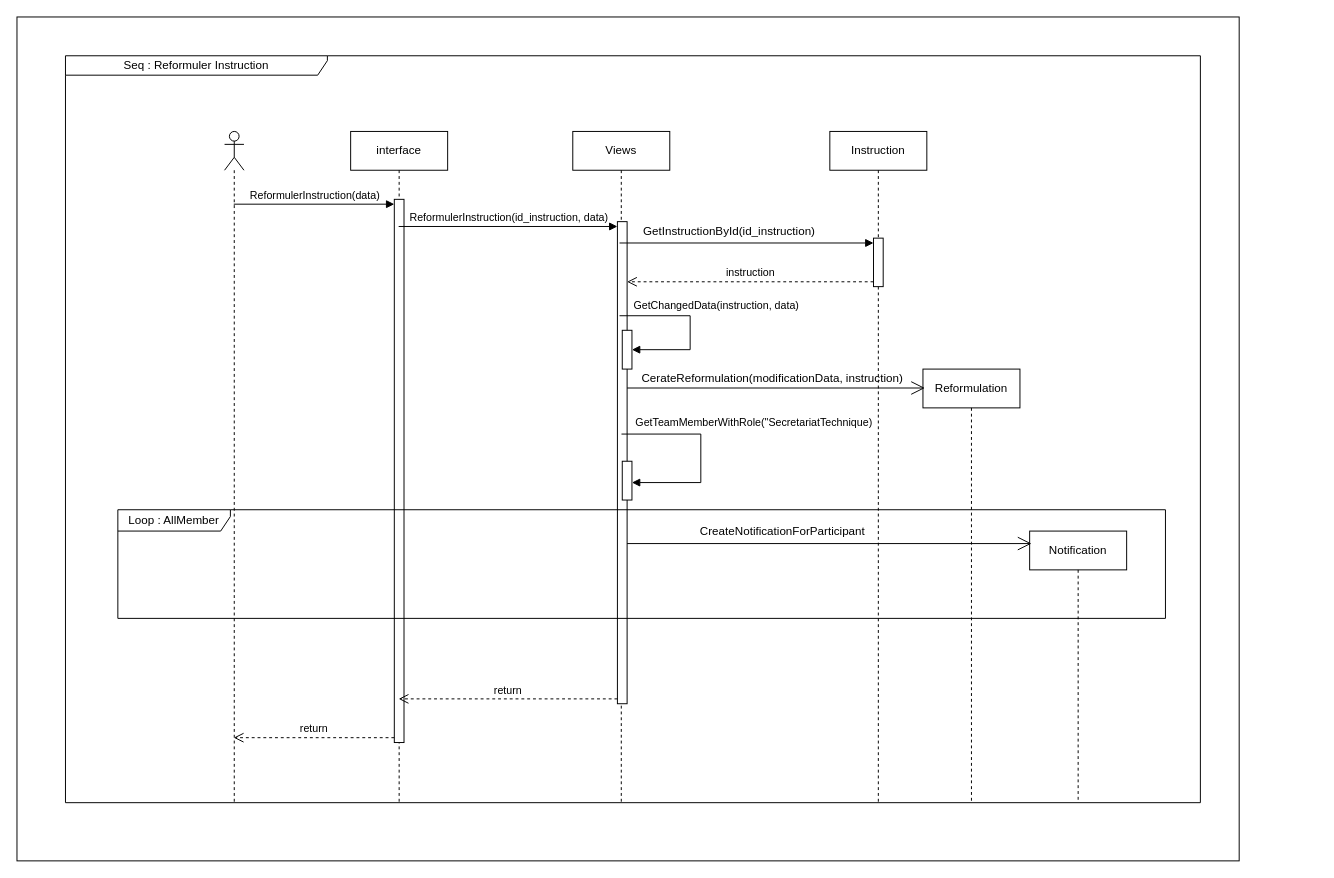
This is amendemant_instruction.drawio from CabrelFeukeng/pp, a draw.io file, before an edit. Source tidied: cells renumbered, new cells numbered last; positions are measured from the earlier drawing's top-left corner, leaving out a move shared by most shapes. Both pictures are drawn from the tidied source at 97%, with x=0, y=0 at pixel (16, 16).
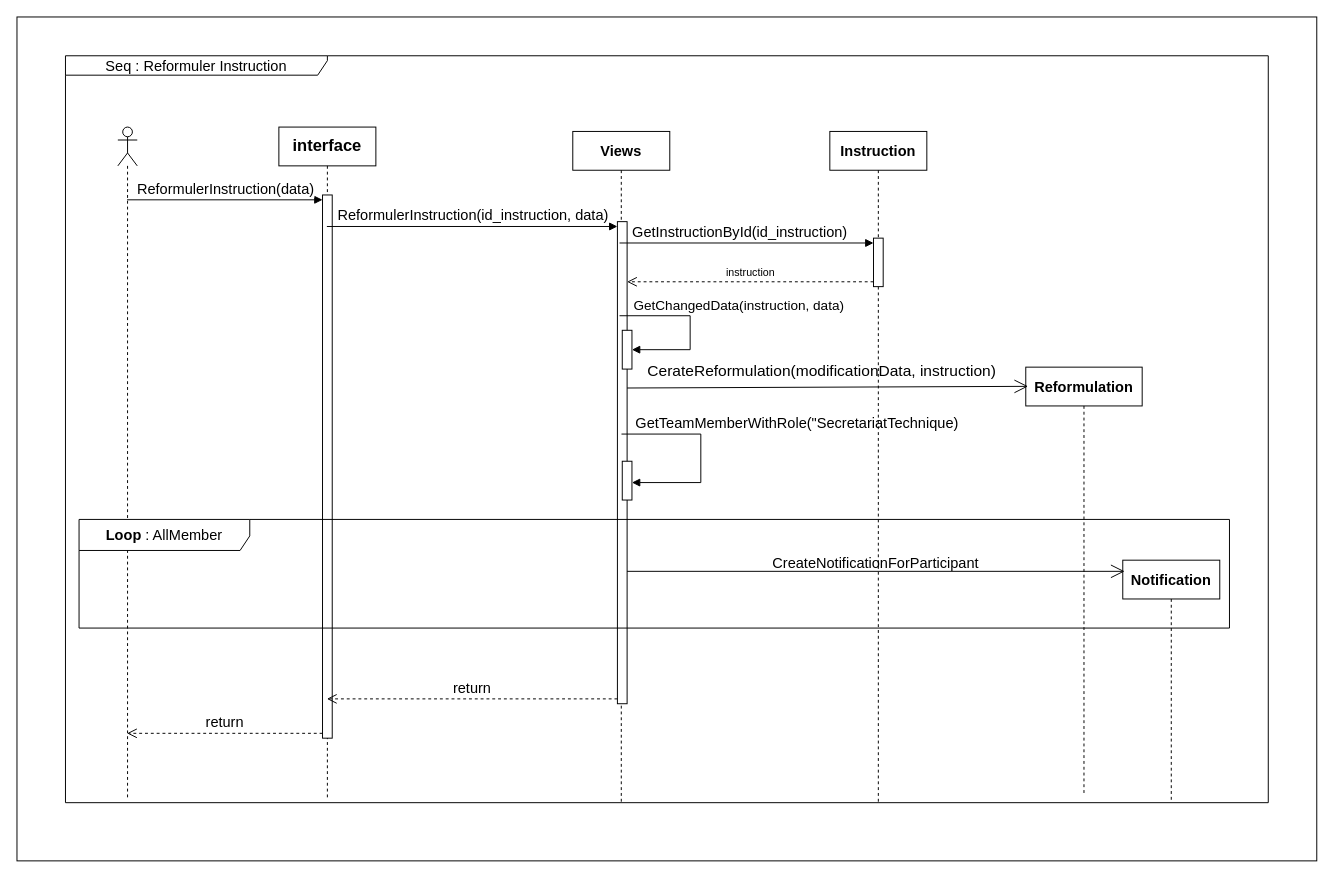
After the change.

Commit message:
Mettre à jour amendemant_instruction.drawio

Unchanged cells that the change refers to:
```xml
<mxCell id="5" style="html=1;points=[[0,0,0,0,5],[0,1,0,0,-5],[1,0,0,0,5],[1,1,0,0,-5]];perimeter=orthogonalPerimeter;outlineConnect=0;targetShapes=umlLifeline;portConstraint=eastwest;newEdgeStyle={&quot;curved&quot;:0,&quot;rounded&quot;:0};" parent="4" vertex="1">
  <mxGeometry x="45" y="70" width="10" height="560" as="geometry" />
</mxCell>
<mxCell id="7" style="html=1;points=[[0,0,0,0,5],[0,1,0,0,-5],[1,0,0,0,5],[1,1,0,0,-5]];perimeter=orthogonalPerimeter;outlineConnect=0;targetShapes=umlLifeline;portConstraint=eastwest;newEdgeStyle={&quot;curved&quot;:0,&quot;rounded&quot;:0};" parent="6" vertex="1">
  <mxGeometry x="46" y="93" width="10" height="497" as="geometry" />
</mxCell>
<mxCell id="8" style="html=1;points=[[0,0,0,0,5],[0,1,0,0,-5],[1,0,0,0,5],[1,1,0,0,-5]];perimeter=orthogonalPerimeter;outlineConnect=0;targetShapes=umlLifeline;portConstraint=eastwest;newEdgeStyle={&quot;curved&quot;:0,&quot;rounded&quot;:0};" parent="6" vertex="1">
  <mxGeometry x="51" y="205" width="10" height="40" as="geometry" />
</mxCell>
```

The edit, as a diff of the source:
```diff
@@
     <mxCell id="2" style="rounded=0;whiteSpace=wrap;html=1;" parent="1" vertex="1">
-      <mxGeometry width="1260" height="870" as="geometry" />
+      <mxGeometry width="1340" height="870" as="geometry" />
     </mxCell>
-    <mxCell id="3" style="shape=umlLifeline;perimeter=lifelinePerimeter;whiteSpace=wrap;html=1;outlineConnect=0;portConstraint=eastwest;newEdgeStyle={&quot;curved&quot;:0,&quot;rounded&quot;:0};participant=umlActor;" parent="1" vertex="1">
-      <mxGeometry x="214" y="118" width="20" height="692" as="geometry" />
-    </mxCell>
-    <mxCell id="4" value="interface" style="shape=umlLifeline;perimeter=lifelinePerimeter;whiteSpace=wrap;html=1;outlineConnect=0;portConstraint=eastwest;newEdgeStyle={&quot;curved&quot;:0,&quot;rounded&quot;:0};" parent="1" vertex="1">
-      <mxGeometry x="344" y="118" width="100" height="692" as="geometry" />
+    <mxCell id="4" value="&lt;font style=&quot;font-size: 17px;&quot;&gt;&lt;b&gt;interface&lt;/b&gt;&lt;/font&gt;" style="shape=umlLifeline;perimeter=lifelinePerimeter;whiteSpace=wrap;html=1;outlineConnect=0;portConstraint=eastwest;newEdgeStyle={&quot;curved&quot;:0,&quot;rounded&quot;:0};" parent="1" vertex="1">
+      <mxGeometry x="270" y="113.5" width="100" height="692" as="geometry" />
     </mxCell>
@@
-    <mxCell id="6" value="Views" style="shape=umlLifeline;perimeter=lifelinePerimeter;whiteSpace=wrap;html=1;newEdgeStyle={&quot;curved&quot;:0,&quot;rounded&quot;:0};" parent="1" vertex="1">
+    <mxCell id="6" value="&lt;font style=&quot;font-size: 15px;&quot;&gt;&lt;b&gt;Views&lt;/b&gt;&lt;/font&gt;" style="shape=umlLifeline;perimeter=lifelinePerimeter;whiteSpace=wrap;html=1;newEdgeStyle={&quot;curved&quot;:0,&quot;rounded&quot;:0};" parent="1" vertex="1">
       <mxGeometry x="573" y="118" width="100" height="692" as="geometry" />
     </mxCell>
@@
-    <mxCell id="9" value="GetChangedData(instruction, data)" style="html=1;align=left;spacingLeft=2;endArrow=block;rounded=0;edgeStyle=orthogonalEdgeStyle;curved=0;rounded=0;" parent="6" edge="1" target="8">
+    <mxCell id="9" value="&lt;font style=&quot;font-size: 14px;&quot;&gt;GetChangedData(instruction, data)&lt;/font&gt;" style="html=1;align=left;spacingLeft=2;endArrow=block;rounded=0;edgeStyle=orthogonalEdgeStyle;curved=0;rounded=0;" parent="6" edge="1" target="8">
       <mxGeometry x="-0.87" y="10" relative="1" as="geometry">
         <mxPoint x="48.2" y="190" as="sourcePoint" />
         <Array as="points">
           <mxPoint x="121" y="190" />
           <mxPoint x="121" y="225" />
         </Array>
       </mxGeometry>
     </mxCell>
@@
-    <mxCell id="11" value="GetTeamMemberWithRole(&quot;SecretariatTechnique)" style="html=1;align=left;spacingLeft=2;endArrow=block;rounded=0;edgeStyle=orthogonalEdgeStyle;curved=0;rounded=0;" parent="6" edge="1">
+    <mxCell id="11" value="&lt;font style=&quot;font-size: 15px;&quot;&gt;GetTeamMemberWithRole(&quot;SecretariatTechnique)&lt;/font&gt;" style="html=1;align=left;spacingLeft=2;endArrow=block;rounded=0;edgeStyle=orthogonalEdgeStyle;curved=0;rounded=0;" parent="6" edge="1">
       <mxGeometry x="-0.89" y="12" relative="1" as="geometry">
         <mxPoint x="50.2" y="312" as="sourcePoint" />
         <mxPoint x="61" y="362" as="targetPoint" />
         <Array as="points">
           <mxPoint x="132" y="312" />
           <mxPoint x="132" y="362" />
         </Array>
       </mxGeometry>
     </mxCell>
-    <mxCell id="12" value="Instruction" style="shape=umlLifeline;perimeter=lifelinePerimeter;whiteSpace=wrap;html=1;newEdgeStyle={&quot;curved&quot;:0,&quot;rounded&quot;:0};" parent="1" vertex="1">
+    <mxCell id="12" value="&lt;font style=&quot;font-size: 15px;&quot;&gt;&lt;b&gt;Instruction&lt;/b&gt;&lt;/font&gt;" style="shape=umlLifeline;perimeter=lifelinePerimeter;whiteSpace=wrap;html=1;newEdgeStyle={&quot;curved&quot;:0,&quot;rounded&quot;:0};" parent="1" vertex="1">
       <mxGeometry x="838" y="118" width="100" height="692" as="geometry" />
     </mxCell>
@@
-    <mxCell id="14" value="ReformulerInstruction(data)" style="html=1;verticalAlign=bottom;endArrow=block;curved=0;rounded=0;entryX=0;entryY=0;entryDx=0;entryDy=5;" parent="1" edge="1" source="3" target="5">
+    <mxCell id="14" value="&lt;font style=&quot;font-size: 15px;&quot;&gt;ReformulerInstruction(data)&lt;/font&gt;" style="html=1;verticalAlign=bottom;endArrow=block;curved=0;rounded=0;entryX=0;entryY=0;entryDx=0;entryDy=5;" parent="1" edge="1" source="3" target="5">
       <mxGeometry relative="1" as="geometry" />
     </mxCell>
-    <mxCell id="15" value="return" style="html=1;verticalAlign=bottom;endArrow=open;dashed=1;endSize=8;curved=0;rounded=0;exitX=0;exitY=1;exitDx=0;exitDy=-5;" parent="1" edge="1" source="5" target="3">
+    <mxCell id="15" value="&lt;font style=&quot;font-size: 15px;&quot;&gt;return&lt;/font&gt;" style="html=1;verticalAlign=bottom;endArrow=open;dashed=1;endSize=8;curved=0;rounded=0;exitX=0;exitY=1;exitDx=0;exitDy=-5;" parent="1" edge="1" source="5" target="3">
       <mxGeometry relative="1" as="geometry" />
     </mxCell>
-    <mxCell id="16" value="ReformulerInstruction(id_instruction, data)" style="html=1;verticalAlign=bottom;endArrow=block;curved=0;rounded=0;entryX=0;entryY=0;entryDx=0;entryDy=5;" parent="1" edge="1" source="4" target="7">
+    <mxCell id="16" value="&lt;font style=&quot;font-size: 15px;&quot;&gt;ReformulerInstruction(id_instruction, data)&lt;/font&gt;" style="html=1;verticalAlign=bottom;endArrow=block;curved=0;rounded=0;entryX=0;entryY=0;entryDx=0;entryDy=5;" parent="1" edge="1" source="4" target="7">
       <mxGeometry relative="1" as="geometry" />
     </mxCell>
-    <mxCell id="17" value="return" style="html=1;verticalAlign=bottom;endArrow=open;dashed=1;endSize=8;curved=0;rounded=0;exitX=0;exitY=1;exitDx=0;exitDy=-5;" parent="1" edge="1" source="7" target="4">
+    <mxCell id="17" value="&lt;font style=&quot;font-size: 15px;&quot;&gt;return&lt;/font&gt;" style="html=1;verticalAlign=bottom;endArrow=open;dashed=1;endSize=8;curved=0;rounded=0;exitX=0;exitY=1;exitDx=0;exitDy=-5;" parent="1" edge="1" source="7" target="4">
       <mxGeometry relative="1" as="geometry" />
     </mxCell>
@@
-    <mxCell id="20" value="GetInstructionById(id_instruction)" style="text;html=1;align=center;verticalAlign=middle;strokeColor=none;fillColor=none;" parent="1" vertex="1">
-      <mxGeometry x="634" y="206" width="200" height="30" as="geometry" />
+    <mxCell id="20" value="&lt;font style=&quot;font-size: 15px;&quot;&gt;GetInstructionById(id_instruction)&lt;/font&gt;" style="text;html=1;align=center;verticalAlign=middle;strokeColor=none;fillColor=none;" parent="1" vertex="1">
+      <mxGeometry x="620" y="206" width="250" height="30" as="geometry" />
     </mxCell>
-    <mxCell id="21" value="Reformulation" style="shape=umlLifeline;perimeter=lifelinePerimeter;whiteSpace=wrap;html=1;outlineConnect=0;portConstraint=eastwest;newEdgeStyle={&quot;curved&quot;:0,&quot;rounded&quot;:0};" parent="1" vertex="1">
-      <mxGeometry x="934" y="363" width="100" height="447" as="geometry" />
+    <mxCell id="21" value="&lt;font style=&quot;font-size: 15px;&quot;&gt;&lt;b&gt;Reformulation&lt;/b&gt;&lt;/font&gt;" style="shape=umlLifeline;perimeter=lifelinePerimeter;whiteSpace=wrap;html=1;outlineConnect=0;portConstraint=eastwest;newEdgeStyle={&quot;curved&quot;:0,&quot;rounded&quot;:0};" parent="1" vertex="1">
+      <mxGeometry x="1040" y="361" width="120" height="440" as="geometry" />
     </mxCell>
-    <mxCell id="22" style="endArrow=open;endFill=1;endSize=12;html=1;rounded=0;entryX=0.02;entryY=0.068;entryDx=0;entryDy=0;entryPerimeter=0;" parent="1" edge="1">
+    <mxCell id="22" style="endArrow=open;endFill=1;endSize=12;html=1;rounded=0;entryX=0.02;entryY=0.045;entryDx=0;entryDy=0;entryPerimeter=0;" parent="1" edge="1" target="21">
       <mxGeometry relative="1" as="geometry">
         <mxPoint x="629" y="382.5" as="sourcePoint" />
-        <mxPoint x="936" y="382.5" as="targetPoint" />
       </mxGeometry>
     </mxCell>
-    <mxCell id="23" value="CerateReformulation(modificationData, instruction)" style="text;html=1;align=center;verticalAlign=middle;whiteSpace=wrap;rounded=0;" parent="1" vertex="1">
-      <mxGeometry x="634" y="358" width="290" height="30" as="geometry" />
-    </mxCell>
-    <mxCell id="24" value="Loop : AllMember" style="shape=umlFrame;whiteSpace=wrap;html=1;width=116;height=22;" parent="1" vertex="1">
-      <mxGeometry x="104" y="508" width="1080" height="112" as="geometry" />
-    </mxCell>
-    <mxCell id="25" value="Notification" style="shape=umlLifeline;perimeter=lifelinePerimeter;whiteSpace=wrap;html=1;outlineConnect=0;portConstraint=eastwest;newEdgeStyle={&quot;curved&quot;:0,&quot;rounded&quot;:0};" parent="1" vertex="1">
-      <mxGeometry x="1044" y="530" width="100" height="280" as="geometry" />
+    <mxCell id="25" value="&lt;font style=&quot;font-size: 15px;&quot;&gt;&lt;b&gt;Notification&lt;/b&gt;&lt;/font&gt;" style="shape=umlLifeline;perimeter=lifelinePerimeter;whiteSpace=wrap;html=1;outlineConnect=0;portConstraint=eastwest;newEdgeStyle={&quot;curved&quot;:0,&quot;rounded&quot;:0};" parent="1" vertex="1">
+      <mxGeometry x="1140" y="560" width="100" height="250" as="geometry" />
     </mxCell>
@@
+    <mxCell id="28" value="&lt;font style=&quot;font-size: 15px;&quot;&gt;Seq : Reformuler Instruction&lt;/font&gt;" style="shape=umlFrame;whiteSpace=wrap;html=1;width=270;height=20;" parent="1" vertex="1">
+      <mxGeometry x="50" y="40" width="1240" height="770" as="geometry" />
+    </mxCell>
+    <mxCell id="3" style="shape=umlLifeline;perimeter=lifelinePerimeter;whiteSpace=wrap;html=1;outlineConnect=0;portConstraint=eastwest;newEdgeStyle={&quot;curved&quot;:0,&quot;rounded&quot;:0};participant=umlActor;" parent="28" vertex="1">
+      <mxGeometry x="54" y="73.5" width="20" height="692" as="geometry" />
+    </mxCell>
+    <mxCell id="24" value="&lt;font style=&quot;font-size: 15px;&quot;&gt;&lt;b&gt;Loop &lt;/b&gt;: AllMember&lt;/font&gt;" style="shape=umlFrame;whiteSpace=wrap;html=1;width=176;height=32;" parent="28" vertex="1">
+      <mxGeometry x="14" y="478" width="1186" height="112" as="geometry" />
+    </mxCell>
+    <mxCell id="23" value="&lt;font style=&quot;font-size: 16px;&quot;&gt;CerateReformulation(modificationData, instruction)&lt;/font&gt;" style="text;html=1;align=center;verticalAlign=middle;whiteSpace=wrap;rounded=0;" parent="28" vertex="1">
+      <mxGeometry x="590" y="310" width="380" height="30" as="geometry" />
+    </mxCell>
-    <mxCell id="27" value="&lt;span style=&quot;font-weight: normal;&quot;&gt;CreateNotificationForParticipant&lt;/span&gt;" style="text;align=center;fontStyle=1;verticalAlign=middle;spacingLeft=3;spacingRight=3;strokeColor=none;html=1;" parent="1" vertex="1">
-      <mxGeometry x="694" y="518" width="190" height="26" as="geometry" />
+    <mxCell id="27" value="&lt;span style=&quot;font-weight: normal;&quot;&gt;&lt;font style=&quot;font-size: 15px;&quot;&gt;CreateNotificationForParticipant&lt;/font&gt;&lt;/span&gt;" style="text;align=center;fontStyle=1;verticalAlign=middle;spacingLeft=3;spacingRight=3;strokeColor=none;html=1;" parent="28" vertex="1">
+      <mxGeometry x="740" y="510" width="190" height="26" as="geometry" />
     </mxCell>
-    <mxCell id="28" value="Seq : Reformuler Instruction" style="shape=umlFrame;whiteSpace=wrap;html=1;width=270;height=20;" parent="1" vertex="1">
-      <mxGeometry x="50" y="40" width="1170" height="770" as="geometry" />
-    </mxCell>
```
